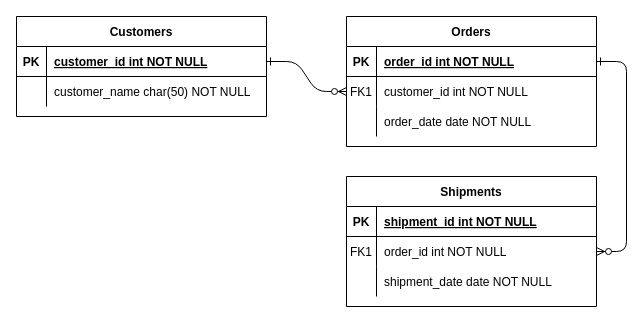
Above: Untitled Diagram.drawio in jayelg/tasktime-client (draw.io), before the change. Source tidied: cells renumbered, new cells numbered last; positions are measured from the earlier drawing's top-left corner, leaving out a move shared by most shapes. Both pictures are drawn from the tidied source at 100%, with x=0, y=0 at pixel (16, 16).
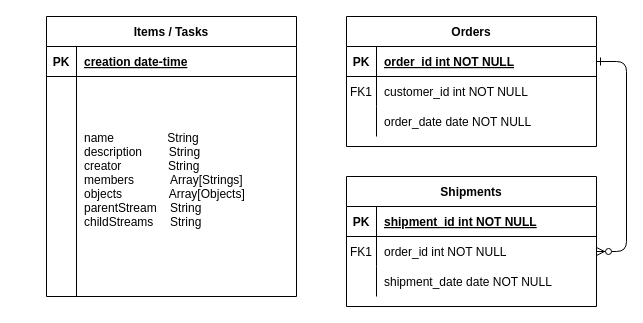
After the change.

The change refers to these unchanged cells:
```xml
<mxCell id="8" style="shape=partialRectangle;fillColor=none;points=[[0,0.5],[1,0.5]];portConstraint=eastwest;top=0;left=0;right=0;bottom=0;" parent="4" vertex="1">
  <mxGeometry y="60" width="250" height="30" as="geometry" />
</mxCell>
<mxCell id="25" style="shape=partialRectangle;fillColor=none;points=[[0,0.5],[1,0.5]];portConstraint=eastwest;top=0;left=0;right=0;bottom=1;" parent="24" vertex="1">
  <mxGeometry y="30" width="250" height="30" as="geometry" />
</mxCell>
```

What changed in the source:
```diff
@@
-    <mxCell id="2" style="edgeStyle=entityRelationEdgeStyle;endArrow=ERzeroToMany;startArrow=ERone;endFill=1;startFill=0;" parent="1" edge="1" source="25" target="8">
-      <mxGeometry relative="1" as="geometry" />
-    </mxCell>
@@
-    <mxCell id="24" value="Customers" style="shape=table;startSize=30;childLayout=tableLayout;rowLines=0;fontStyle=1;align=center;" parent="1" vertex="1">
-      <mxGeometry width="250" height="100" as="geometry" />
+    <mxCell id="24" value="Items / Tasks" style="shape=table;startSize=30;childLayout=tableLayout;rowLines=0;fontStyle=1;align=center;" parent="1" vertex="1">
+      <mxGeometry x="30" width="250" height="280" as="geometry" />
     </mxCell>
@@
-    <mxCell id="27" value="customer_id int NOT NULL " style="shape=partialRectangle;overflow=hidden;fillColor=none;top=0;left=0;bottom=0;right=0;align=left;spacingLeft=6;fontStyle=5;" parent="25" vertex="1">
+    <mxCell id="27" value="creation date-time" style="shape=partialRectangle;overflow=hidden;fillColor=none;top=0;left=0;bottom=0;right=0;align=left;spacingLeft=6;fontStyle=5;" parent="25" vertex="1">
       <mxGeometry x="30" width="220" height="30" as="geometry" />
     </mxCell>
     <mxCell id="28" style="shape=partialRectangle;fillColor=none;top=0;left=0;right=0;bottom=0;" parent="24" vertex="1">
-      <mxGeometry y="60" width="250" height="30" as="geometry" />
+      <mxGeometry y="60" width="250" height="220" as="geometry" />
     </mxCell>
     <mxCell id="29" style="shape=partialRectangle;overflow=hidden;fillColor=none;top=0;left=0;bottom=0;right=0;" parent="28" vertex="1">
-      <mxGeometry width="30" height="30" as="geometry" />
+      <mxGeometry width="30" height="220" as="geometry" />
     </mxCell>
-    <mxCell id="30" value="customer_name char(50) NOT NULL" style="shape=partialRectangle;overflow=hidden;fillColor=none;top=0;left=0;bottom=0;right=0;align=left;spacingLeft=6;" parent="28" vertex="1">
-      <mxGeometry x="30" width="220" height="30" as="geometry" />
+    <mxCell id="30" value="name                String&#10;description        String&#10;creator              String&#10;members           Array[Strings]&#10;objects              Array[Objects]&#10;parentStream    String&#10;childStreams     String&#10;" style="shape=partialRectangle;overflow=hidden;fillColor=none;top=0;left=0;bottom=0;right=0;align=left;spacingLeft=6;" parent="28" vertex="1">
+      <mxGeometry x="30" width="220" height="220" as="geometry" />
     </mxCell>
```
